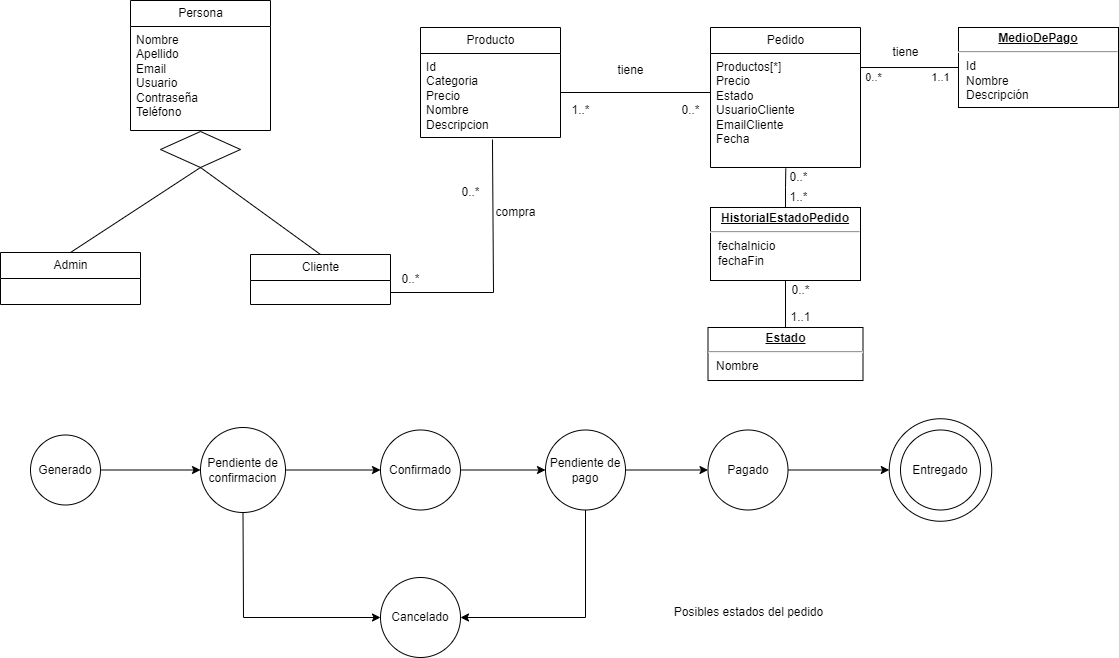
This is res/modelo_dominio.png from utnfrrodsw/tp, a draw.io export, as it was before one commit. Source tidied: cells renumbered, new cells last; positions are measured from the earlier drawing's top-left corner, leaving out a move shared by most shapes.
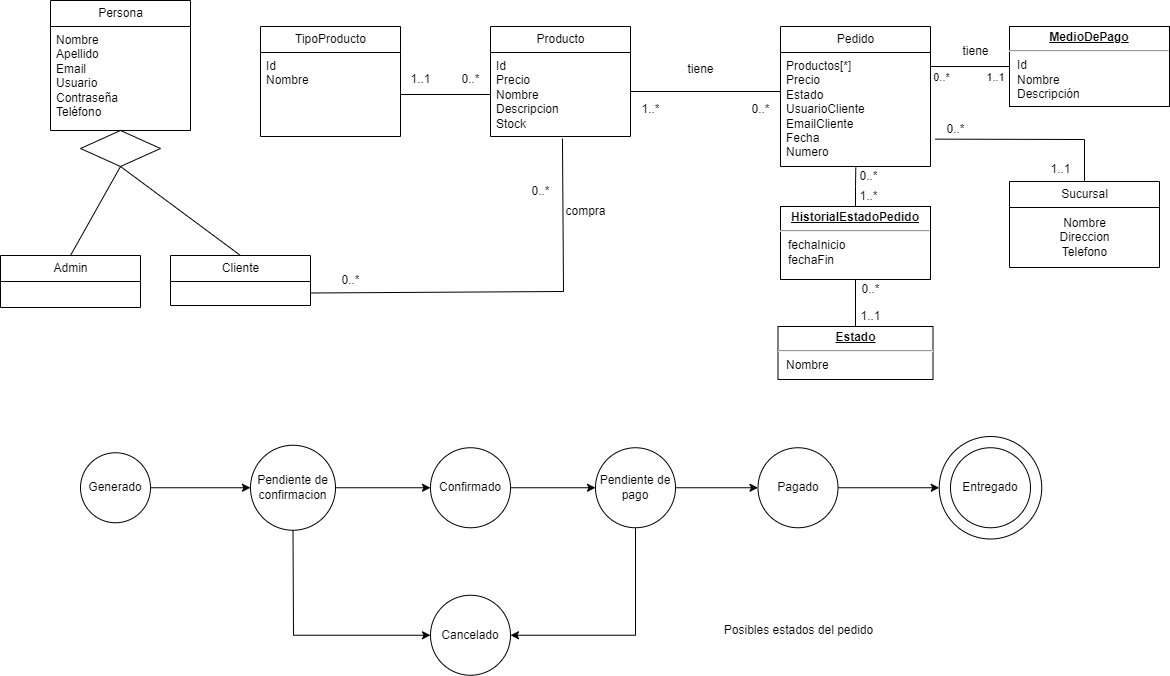
Above is the later version.

Commit message:
Modelo de dominio actualizado

What changed in the source:
```diff
@@ -3,10 +3,10 @@
     <mxCell id="0" />
     <mxCell id="1" parent="0" />
     <mxCell id="2" style="ellipse;whiteSpace=wrap;html=1;" parent="1" vertex="1">
-      <mxGeometry x="888.8" y="418.2" width="102.5" height="102.5" as="geometry" />
+      <mxGeometry x="868.8" y="437" width="102.5" height="102.5" as="geometry" />
     </mxCell>
     <mxCell id="3" value="Persona" style="swimlane;fontStyle=0;horizontal=1;startSize=26;fillColor=none;html=1;" parent="1" vertex="1">
-      <mxGeometry x="130" width="140" height="130" as="geometry" />
+      <mxGeometry x="-20" y="1" width="140" height="130" as="geometry" />
     </mxCell>
     <mxCell id="4" value="Nombre&lt;br style=&quot;border-color: var(--border-color); text-align: center;&quot;&gt;&lt;span style=&quot;text-align: center;&quot;&gt;Apellido&lt;/span&gt;&lt;br style=&quot;border-color: var(--border-color); text-align: center;&quot;&gt;&lt;span style=&quot;text-align: center;&quot;&gt;Email&lt;/span&gt;&lt;br style=&quot;border-color: var(--border-color); text-align: center;&quot;&gt;&lt;span style=&quot;text-align: center;&quot;&gt;Usuario&lt;/span&gt;&lt;br style=&quot;border-color: var(--border-color); text-align: center;&quot;&gt;&lt;span style=&quot;text-align: center;&quot;&gt;Contraseña&lt;br&gt;Teléfono&lt;br&gt;&lt;/span&gt;" style="text;strokeColor=none;fillColor=none;align=left;verticalAlign=top;spacingLeft=4;spacingRight=4;overflow=hidden;whiteSpace=wrap;html=1;" parent="3" vertex="1">
       <mxGeometry y="26" width="140" height="104" as="geometry" />
@@ -14,20 +14,20 @@
     <mxCell id="5" value="Producto" style="swimlane;fontStyle=0;horizontal=1;startSize=26;fillColor=none;html=1;" parent="1" vertex="1">
       <mxGeometry x="420" y="27" width="140" height="110" as="geometry" />
     </mxCell>
-    <mxCell id="6" value="Id&lt;br&gt;Categoria&lt;br&gt;Precio&lt;br&gt;Nombre&lt;br&gt;Descripcion" style="text;strokeColor=none;fillColor=none;align=left;verticalAlign=top;spacingLeft=4;spacingRight=4;overflow=hidden;points=[[0,0.5],[1,0.5]];portConstraint=eastwest;whiteSpace=wrap;html=1;" parent="5" vertex="1">
+    <mxCell id="6" value="Id&lt;br&gt;Precio&lt;br&gt;Nombre&lt;br&gt;Descripcion&lt;br&gt;Stock" style="text;strokeColor=none;fillColor=none;align=left;verticalAlign=top;spacingLeft=4;spacingRight=4;overflow=hidden;points=[[0,0.5],[1,0.5]];portConstraint=eastwest;whiteSpace=wrap;html=1;" parent="5" vertex="1">
       <mxGeometry y="26" width="140" height="84" as="geometry" />
     </mxCell>
     <mxCell id="7" value="Pedido" style="swimlane;fontStyle=0;horizontal=1;startSize=26;fillColor=none;html=1;" parent="1" vertex="1">
       <mxGeometry x="710" y="27" width="150" height="140" as="geometry" />
     </mxCell>
-    <mxCell id="8" value="Productos[*]&lt;br&gt;Precio&lt;br&gt;Estado&lt;br&gt;UsuarioCliente&lt;br&gt;EmailCliente&lt;br&gt;Fecha" style="text;strokeColor=none;fillColor=none;align=left;verticalAlign=top;spacingLeft=4;spacingRight=4;overflow=hidden;points=[[0,0.5],[1,0.5]];portConstraint=eastwest;whiteSpace=wrap;html=1;" parent="7" vertex="1">
+    <mxCell id="8" value="Productos[*]&lt;br&gt;Precio&lt;br&gt;Estado&lt;br&gt;UsuarioCliente&lt;br&gt;EmailCliente&lt;br&gt;Fecha&lt;br&gt;Numero" style="text;strokeColor=none;fillColor=none;align=left;verticalAlign=top;spacingLeft=4;spacingRight=4;overflow=hidden;points=[[0,0.5],[1,0.5]];portConstraint=eastwest;whiteSpace=wrap;html=1;" parent="7" vertex="1">
       <mxGeometry y="26" width="150" height="114" as="geometry" />
     </mxCell>
     <mxCell id="9" value="Cliente" style="swimlane;fontStyle=0;horizontal=1;startSize=26;fillColor=none;html=1;" parent="1" vertex="1">
-      <mxGeometry x="250" y="254" width="140" height="50" as="geometry" />
+      <mxGeometry x="100" y="256" width="140" height="50" as="geometry" />
     </mxCell>
     <mxCell id="10" value="Admin" style="swimlane;fontStyle=0;horizontal=1;startSize=26;fillColor=none;html=1;" parent="1" vertex="1">
-      <mxGeometry y="252" width="140" height="52" as="geometry" />
+      <mxGeometry x="-70" y="256" width="140" height="52" as="geometry" />
     </mxCell>
     <mxCell id="11" style="endArrow=none;html=1;rounded=0;entryX=0;entryY=0.5;entryDx=0;entryDy=0;exitX=1;exitY=0.5;exitDx=0;exitDy=0;" parent="1" edge="1">
       <mxGeometry relative="1" as="geometry">
@@ -35,9 +35,8 @@
         <mxPoint x="710" y="92" as="targetPoint" />
       </mxGeometry>
     </mxCell>
-    <mxCell id="12" style="endArrow=none;html=1;rounded=0;entryX=0.514;entryY=1.024;entryDx=0;entryDy=0;exitX=1;exitY=0.5;exitDx=0;exitDy=0;entryPerimeter=0;" parent="1" edge="1" target="6">
+    <mxCell id="12" style="endArrow=none;html=1;rounded=0;entryX=0.514;entryY=1.024;entryDx=0;entryDy=0;exitX=1;exitY=0.75;exitDx=0;exitDy=0;entryPerimeter=0;" parent="1" edge="1" source="9" target="6">
       <mxGeometry relative="1" as="geometry">
-        <mxPoint x="390" y="292" as="sourcePoint" />
         <Array as="points">
           <mxPoint x="493" y="292" />
         </Array>
@@ -50,21 +49,19 @@
       <mxGeometry x="670" y="95" width="40" height="30" as="geometry" />
     </mxCell>
     <mxCell id="15" value="0..*" style="text;html=1;align=center;verticalAlign=middle;strokeColor=none;fillColor=none;" parent="1" vertex="1">
-      <mxGeometry x="390" y="264" width="40" height="30" as="geometry" />
+      <mxGeometry x="260" y="266" width="40" height="30" as="geometry" />
     </mxCell>
     <mxCell id="16" value="0..*" style="text;html=1;align=center;verticalAlign=middle;strokeColor=none;fillColor=none;" parent="1" vertex="1">
       <mxGeometry x="450" y="177" width="40" height="30" as="geometry" />
     </mxCell>
     <mxCell id="17" style="rhombus;whiteSpace=wrap;html=1;" parent="1" vertex="1">
-      <mxGeometry x="160" y="131" width="80" height="36" as="geometry" />
+      <mxGeometry x="10" y="131" width="80" height="36" as="geometry" />
     </mxCell>
     <mxCell id="18" style="endArrow=none;html=1;rounded=0;exitX=0.5;exitY=0;exitDx=0;exitDy=0;entryX=0.5;entryY=1;entryDx=0;entryDy=0;" parent="1" edge="1" source="10" target="17">
       <mxGeometry relative="1" as="geometry" />
     </mxCell>
-    <mxCell id="19" style="endArrow=none;html=1;rounded=0;exitX=0.5;exitY=0;exitDx=0;exitDy=0;" parent="1" edge="1" source="9">
-      <mxGeometry relative="1" as="geometry">
-        <mxPoint x="200" y="167" as="targetPoint" />
-      </mxGeometry>
+    <mxCell id="19" style="endArrow=none;html=1;rounded=0;exitX=0.5;exitY=0;exitDx=0;exitDy=0;entryX=0.5;entryY=1;entryDx=0;entryDy=0;" parent="1" edge="1" source="9" target="17">
+      <mxGeometry relative="1" as="geometry" />
     </mxCell>
     <mxCell id="20" value="compra" style="text;html=1;align=center;verticalAlign=middle;strokeColor=none;fillColor=none;" parent="1" vertex="1">
       <mxGeometry x="485" y="197" width="60" height="30" as="geometry" />
@@ -86,7 +83,7 @@
       </mxGeometry>
     </mxCell>
     <mxCell id="25" value="&lt;p style=&quot;margin:0px;margin-top:4px;text-align:center;text-decoration:underline;&quot;&gt;&lt;b&gt;MedioDePago&lt;/b&gt;&lt;/p&gt;&lt;hr&gt;&lt;p style=&quot;margin:0px;margin-left:8px;&quot;&gt;Id&lt;/p&gt;&lt;p style=&quot;margin:0px;margin-left:8px;&quot;&gt;Nombre&lt;/p&gt;&lt;p style=&quot;margin:0px;margin-left:8px;&quot;&gt;Descripción&lt;/p&gt;" style="verticalAlign=top;align=left;overflow=fill;fontSize=12;fontFamily=Helvetica;html=1;whiteSpace=wrap;" parent="1" vertex="1">
-      <mxGeometry x="958" y="27" width="160" height="80" as="geometry" />
+      <mxGeometry x="939" y="27" width="160" height="80" as="geometry" />
     </mxCell>
     <mxCell id="26" value="tiene" style="text;html=1;align=center;verticalAlign=middle;strokeColor=none;fillColor=none;" parent="1" vertex="1">
       <mxGeometry x="880" y="37" width="50" height="30" as="geometry" />
@@ -95,7 +92,7 @@
       <mxGeometry relative="1" as="geometry" />
     </mxCell>
     <mxCell id="28" value="Generado" style="ellipse;whiteSpace=wrap;html=1;" parent="1" vertex="1">
-      <mxGeometry x="30" y="434.5" width="70" height="70" as="geometry" />
+      <mxGeometry x="10" y="453.2" width="70" height="70" as="geometry" />
     </mxCell>
     <mxCell id="29" value="&lt;p style=&quot;margin:0px;margin-top:4px;text-align:center;text-decoration:underline;&quot;&gt;&lt;b&gt;Estado&lt;/b&gt;&lt;/p&gt;&lt;hr&gt;&lt;p style=&quot;margin:0px;margin-left:8px;&quot;&gt;Nombre&lt;/p&gt;" style="verticalAlign=top;align=left;overflow=fill;fontSize=12;fontFamily=Helvetica;html=1;whiteSpace=wrap;" parent="1" vertex="1">
       <mxGeometry x="707.5" y="327" width="155" height="53" as="geometry" />
@@ -107,10 +104,10 @@
       <mxGeometry relative="1" as="geometry" />
     </mxCell>
     <mxCell id="32" value="Pendiente de confirmacion" style="ellipse;whiteSpace=wrap;html=1;" parent="1" vertex="1">
-      <mxGeometry x="200" y="427" width="85" height="85" as="geometry" />
+      <mxGeometry x="180" y="445.8" width="85" height="85" as="geometry" />
     </mxCell>
     <mxCell id="33" value="Confirmado" style="ellipse;whiteSpace=wrap;html=1;" parent="1" vertex="1">
-      <mxGeometry x="380" y="429.5" width="80" height="80" as="geometry" />
+      <mxGeometry x="360" y="448.2" width="80" height="80" as="geometry" />
     </mxCell>
     <mxCell id="34" style="edgeStyle=orthogonalEdgeStyle;rounded=0;jettySize=auto;html=1;entryX=0.502;entryY=1.009;entryDx=0;entryDy=0;entryPerimeter=0;endArrow=none;endFill=0;" parent="1" edge="1" source="30" target="8">
       <mxGeometry relative="1" as="geometry" />
@@ -119,7 +116,7 @@
       <mxGeometry relative="1" as="geometry" />
     </mxCell>
     <mxCell id="36" value="Pendiente de pago" style="ellipse;whiteSpace=wrap;html=1;" parent="1" vertex="1">
-      <mxGeometry x="545" y="429.5" width="80" height="80" as="geometry" />
+      <mxGeometry x="525" y="448.2" width="80" height="80" as="geometry" />
     </mxCell>
     <mxCell id="37" style="edgeStyle=orthogonalEdgeStyle;rounded=0;jettySize=auto;html=1;endArrow=none;endFill=0;" parent="1" edge="1" source="30" target="29">
       <mxGeometry relative="1" as="geometry" />
@@ -134,16 +131,16 @@
       <mxGeometry x="780" y="302" width="40" height="30" as="geometry" />
     </mxCell>
     <mxCell id="41" value="Pagado" style="ellipse;whiteSpace=wrap;html=1;" parent="1" vertex="1">
-      <mxGeometry x="707.5" y="429.5" width="80" height="80" as="geometry" />
+      <mxGeometry x="687.5" y="448.2" width="80" height="80" as="geometry" />
     </mxCell>
     <mxCell id="42" value="0..*" style="text;html=1;align=center;verticalAlign=middle;strokeColor=none;fillColor=none;" parent="1" vertex="1">
       <mxGeometry x="780" y="275" width="40" height="30" as="geometry" />
     </mxCell>
     <mxCell id="43" value="Entregado" style="ellipse;whiteSpace=wrap;html=1;" parent="1" vertex="1">
-      <mxGeometry x="900" y="429.5" width="80" height="80" as="geometry" />
+      <mxGeometry x="880" y="448.2" width="80" height="80" as="geometry" />
     </mxCell>
     <mxCell id="44" value="Cancelado" style="ellipse;whiteSpace=wrap;html=1;" parent="1" vertex="1">
-      <mxGeometry x="380" y="577" width="80" height="80" as="geometry" />
+      <mxGeometry x="360" y="595.8" width="80" height="80" as="geometry" />
     </mxCell>
     <mxCell id="45" value="1..*" style="text;html=1;align=center;verticalAlign=middle;strokeColor=none;fillColor=none;" parent="1" vertex="1">
       <mxGeometry x="778" y="182" width="40" height="30" as="geometry" />
@@ -151,7 +148,7 @@
     <mxCell id="46" style="endArrow=classic;html=1;rounded=0;exitX=0.5;exitY=1;exitDx=0;exitDy=0;entryX=0;entryY=0.5;entryDx=0;entryDy=0;" parent="1" edge="1" source="32" target="44">
       <mxGeometry relative="1" as="geometry">
         <Array as="points">
-          <mxPoint x="243" y="617" />
+          <mxPoint x="223" y="635.8" />
         </Array>
       </mxGeometry>
     </mxCell>
@@ -161,12 +158,46 @@
     <mxCell id="48" style="endArrow=classic;html=1;rounded=0;exitX=0.5;exitY=1;exitDx=0;exitDy=0;entryX=1;entryY=0.5;entryDx=0;entryDy=0;" parent="1" edge="1" source="36" target="44">
       <mxGeometry relative="1" as="geometry">
         <Array as="points">
-          <mxPoint x="585" y="617" />
+          <mxPoint x="565" y="635.8" />
         </Array>
       </mxGeometry>
     </mxCell>
     <mxCell id="49" value="Posibles estados del pedido" style="text;html=1;align=center;verticalAlign=middle;strokeColor=none;fillColor=none;" parent="1" vertex="1">
-      <mxGeometry x="662.5" y="597" width="170" height="30" as="geometry" />
+      <mxGeometry x="642.5" y="615.8" width="170" height="30" as="geometry" />
     </mxCell>
+    <mxCell id="50" value="TipoProducto" style="swimlane;fontStyle=0;horizontal=1;startSize=26;fillColor=none;html=1;" parent="1" vertex="1">
+      <mxGeometry x="190" y="27" width="140" height="110" as="geometry" />
+    </mxCell>
+    <mxCell id="51" value="Id&lt;br&gt;Nombre&lt;br&gt;" style="text;strokeColor=none;fillColor=none;align=left;verticalAlign=top;spacingLeft=4;spacingRight=4;overflow=hidden;points=[[0,0.5],[1,0.5]];portConstraint=eastwest;whiteSpace=wrap;html=1;" parent="50" vertex="1">
+      <mxGeometry y="26" width="140" height="84" as="geometry" />
+    </mxCell>
+    <mxCell id="52" style="endArrow=none;html=1;rounded=0;entryX=0;entryY=0.5;entryDx=0;entryDy=0;exitX=1;exitY=0.5;exitDx=0;exitDy=0;" parent="1" edge="1" source="51" target="6">
+      <mxGeometry relative="1" as="geometry" />
+    </mxCell>
+    <mxCell id="53" value="0..*" style="text;html=1;align=center;verticalAlign=middle;strokeColor=none;fillColor=none;" parent="1" vertex="1">
+      <mxGeometry x="380" y="65" width="40" height="30" as="geometry" />
+    </mxCell>
+    <mxCell id="54" value="1..1" style="text;html=1;align=center;verticalAlign=middle;strokeColor=none;fillColor=none;" parent="1" vertex="1">
+      <mxGeometry x="330" y="65" width="40" height="30" as="geometry" />
+    </mxCell>
+    <mxCell id="55" value="Sucursal" style="swimlane;fontStyle=0;horizontal=1;startSize=26;fillColor=none;html=1;" parent="1" vertex="1">
+      <mxGeometry x="939" y="182" width="150" height="86" as="geometry" />
+    </mxCell>
+    <mxCell id="56" value="Nombre&lt;br&gt;Direccion&lt;br&gt;Telefono" style="text;html=1;align=center;verticalAlign=middle;strokeColor=none;fillColor=none;" parent="55" vertex="1">
+      <mxGeometry y="26" width="150" height="60" as="geometry" />
+    </mxCell>
+    <mxCell id="57" style="endArrow=none;html=1;rounded=0;entryX=0.5;entryY=0;entryDx=0;entryDy=0;exitX=1.031;exitY=0.76;exitDx=0;exitDy=0;exitPerimeter=0;" parent="1" edge="1" source="8" target="55">
+      <mxGeometry relative="1" as="geometry">
+        <Array as="points">
+          <mxPoint x="1014" y="140" />
+        </Array>
+      </mxGeometry>
+    </mxCell>
+    <mxCell id="58" value="1..1" style="text;html=1;align=center;verticalAlign=middle;strokeColor=none;fillColor=none;" parent="1" vertex="1">
+      <mxGeometry x="970" y="155" width="40" height="30" as="geometry" />
+    </mxCell>
+    <mxCell id="59" value="0..*" style="text;html=1;align=center;verticalAlign=middle;strokeColor=none;fillColor=none;" parent="1" vertex="1">
+      <mxGeometry x="865" y="115" width="40" height="30" as="geometry" />
+    </mxCell>
   </root>
 </mxGraphModel>
```
